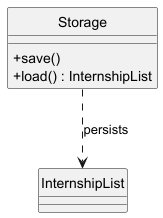
This is docs/images/storageComponent.png from xyanjun02/tp, a PlantUML export, as it was before one commit. The source it was exported from:
```plantuml
@startuml
hide circle
skinparam classAttributeIconSize 0

class Storage {
  + save()
  + load() : InternshipList
}

class InternshipList

Storage ..> InternshipList : persists

@enduml
```
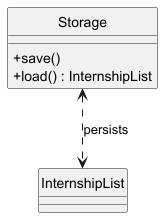
The same diagram one commit later.

Diff of the diagram source:
```diff
@@ -9,6 +9,6 @@
 
 class InternshipList
 
-Storage ..> InternshipList : persists
+Storage <..> InternshipList : persists
 
 @enduml
```
